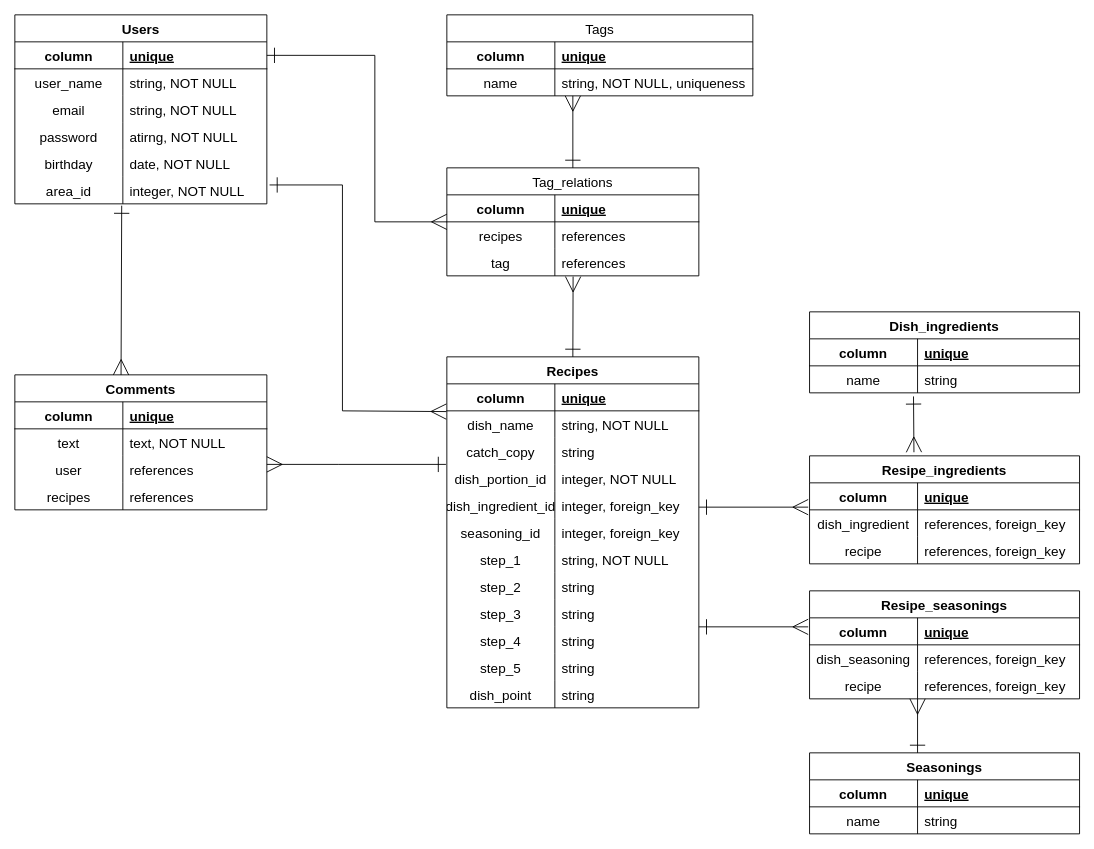
The draw.io diagram ER.dio in shige1128/RAcook, before the edit. Source tidied: cells renumbered, new cells numbered last; positions are measured from the earlier drawing's top-left corner, leaving out a move shared by most shapes. Both pictures are drawn from the tidied source at 90%, with x=0, y=0 at pixel (14, 14).
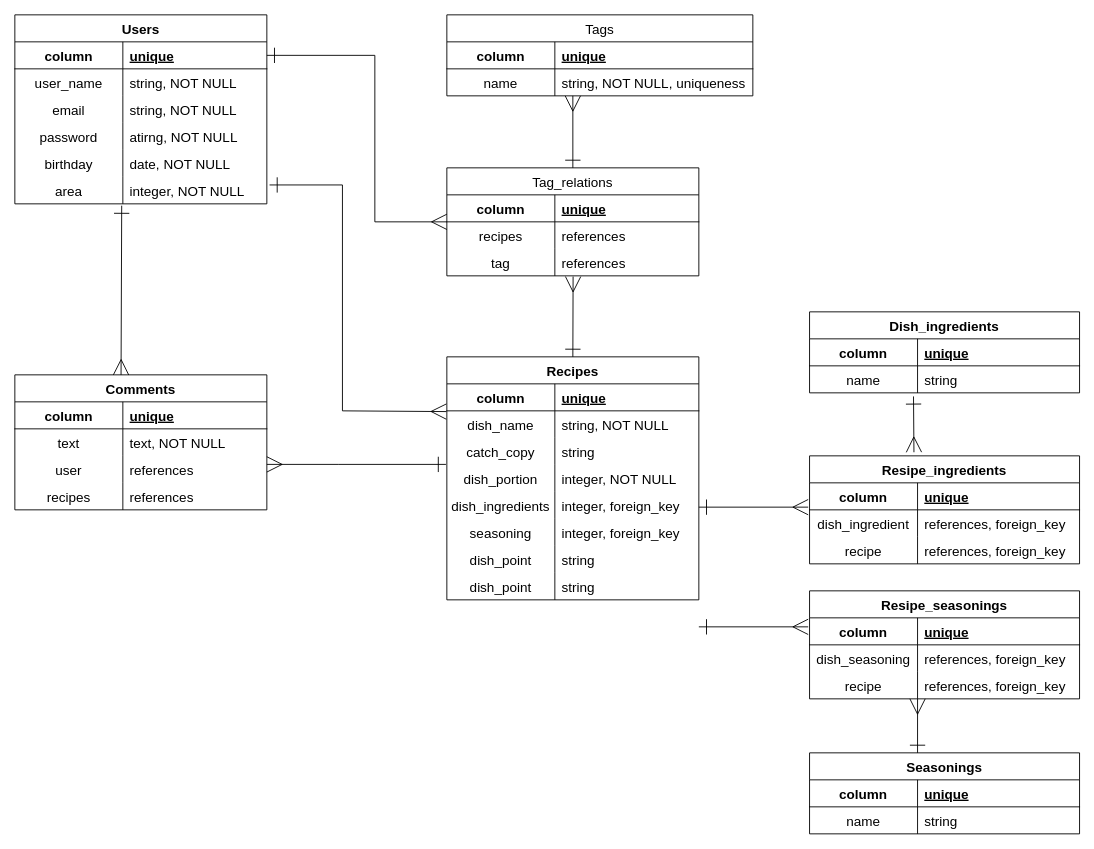
The same diagram, later.

The change refers to these unchanged cells:
```xml
<mxCell id="18" style="shape=partialRectangle;fillColor=none;top=0;left=0;bottom=0;right=0;points=[[0,0.5],[1,0.5]];portConstraint=eastwest;" parent="2" vertex="1">
  <mxGeometry y="180" width="280" height="30" as="geometry" />
</mxCell>
<mxCell id="31" style="shape=partialRectangle;fillColor=none;top=0;left=0;bottom=0;right=0;" parent="21" vertex="1">
  <mxGeometry y="120" width="280" height="30" as="geometry" />
</mxCell>
<mxCell id="34" style="shape=partialRectangle;fillColor=none;top=0;left=0;bottom=0;right=0;" parent="21" vertex="1">
  <mxGeometry y="150" width="280" height="30" as="geometry" />
</mxCell>
<mxCell id="37" style="shape=partialRectangle;fillColor=none;top=0;left=0;bottom=0;right=0;" parent="21" vertex="1">
  <mxGeometry y="180" width="280" height="30" as="geometry" />
</mxCell>
<mxCell id="40" style="shape=partialRectangle;fillColor=none;top=0;left=0;bottom=0;right=0;" parent="21" vertex="1">
  <mxGeometry y="210" width="280" height="30" as="geometry" />
</mxCell>
<mxCell id="43" style="shape=partialRectangle;fillColor=none;top=0;left=0;bottom=0;right=0;" parent="21" vertex="1">
  <mxGeometry y="240" width="280" height="30" as="geometry" />
</mxCell>
```

Change to the diagram source:
```diff
@@
-    <mxCell id="19" value="area_id" style="shape=partialRectangle;fillColor=none;top=0;left=0;bottom=0;right=0;overflow=hidden;fontSize=15;labelPosition=center;verticalLabelPosition=middle;align=center;verticalAlign=middle;" parent="18" vertex="1">
+    <mxCell id="19" value="area" style="shape=partialRectangle;fillColor=none;top=0;left=0;bottom=0;right=0;overflow=hidden;fontSize=15;labelPosition=center;verticalLabelPosition=middle;align=center;verticalAlign=middle;" parent="18" vertex="1">
       <mxGeometry width="120" height="30" as="geometry" />
     </mxCell>
@@
     <mxCell id="21" value="Recipes" style="shape=table;startSize=30;childLayout=tableLayout;rowLines=0;fontStyle=1;align=center;fontSize=15;" parent="1" vertex="1">
-      <mxGeometry x="480" y="380" width="280" height="390" as="geometry" />
+      <mxGeometry x="480" y="380" width="280" height="270" as="geometry" />
     </mxCell>
@@
-    <mxCell id="32" value="dish_portion_id" style="shape=partialRectangle;fillColor=none;top=0;left=0;bottom=0;right=0;overflow=hidden;fontSize=15;labelPosition=center;verticalLabelPosition=middle;align=center;verticalAlign=middle;" parent="31" vertex="1">
+    <mxCell id="32" value="dish_portion" style="shape=partialRectangle;fillColor=none;top=0;left=0;bottom=0;right=0;overflow=hidden;fontSize=15;labelPosition=center;verticalLabelPosition=middle;align=center;verticalAlign=middle;" parent="31" vertex="1">
       <mxGeometry width="120" height="30" as="geometry" />
     </mxCell>
@@
-    <mxCell id="35" value="dish_ingredient_id" style="shape=partialRectangle;fillColor=none;top=0;left=0;bottom=0;right=0;overflow=hidden;fontSize=15;labelPosition=center;verticalLabelPosition=middle;align=center;verticalAlign=middle;" parent="34" vertex="1">
+    <mxCell id="35" value="dish_ingredients" style="shape=partialRectangle;fillColor=none;top=0;left=0;bottom=0;right=0;overflow=hidden;fontSize=15;labelPosition=center;verticalLabelPosition=middle;align=center;verticalAlign=middle;" parent="34" vertex="1">
       <mxGeometry width="120" height="30" as="geometry" />
     </mxCell>
@@
-    <mxCell id="38" value="seasoning_id" style="shape=partialRectangle;fillColor=none;top=0;left=0;bottom=0;right=0;overflow=hidden;fontSize=15;labelPosition=center;verticalLabelPosition=middle;align=center;verticalAlign=middle;" parent="37" vertex="1">
+    <mxCell id="38" value="seasoning" style="shape=partialRectangle;fillColor=none;top=0;left=0;bottom=0;right=0;overflow=hidden;fontSize=15;labelPosition=center;verticalLabelPosition=middle;align=center;verticalAlign=middle;" parent="37" vertex="1">
       <mxGeometry width="120" height="30" as="geometry" />
     </mxCell>
@@
-    <mxCell id="41" value="step_1" style="shape=partialRectangle;fillColor=none;top=0;left=0;bottom=0;right=0;overflow=hidden;fontSize=15;labelPosition=center;verticalLabelPosition=middle;align=center;verticalAlign=middle;" parent="40" vertex="1">
+    <mxCell id="41" value="dish_point" style="shape=partialRectangle;fillColor=none;top=0;left=0;bottom=0;right=0;overflow=hidden;fontSize=15;labelPosition=center;verticalLabelPosition=middle;align=center;verticalAlign=middle;" parent="40" vertex="1">
       <mxGeometry width="120" height="30" as="geometry" />
     </mxCell>
-    <mxCell id="42" value="string, NOT NULL" style="shape=partialRectangle;fillColor=none;top=0;left=0;bottom=0;right=0;align=left;spacingLeft=6;overflow=hidden;fontSize=15;" parent="40" vertex="1">
+    <mxCell id="42" value="string" style="shape=partialRectangle;fillColor=none;top=0;left=0;bottom=0;right=0;align=left;spacingLeft=6;overflow=hidden;fontSize=15;" parent="40" vertex="1">
       <mxGeometry x="120" width="160" height="30" as="geometry" />
     </mxCell>
@@
-    <mxCell id="44" value="step_2" style="shape=partialRectangle;fillColor=none;top=0;left=0;bottom=0;right=0;overflow=hidden;fontSize=15;labelPosition=center;verticalLabelPosition=middle;align=center;verticalAlign=middle;" parent="43" vertex="1">
-      <mxGeometry width="120" height="30" as="geometry" />
-    </mxCell>
-    <mxCell id="45" value="string" style="shape=partialRectangle;fillColor=none;top=0;left=0;bottom=0;right=0;align=left;spacingLeft=6;overflow=hidden;fontSize=15;" parent="43" vertex="1">
-      <mxGeometry x="120" width="160" height="30" as="geometry" />
-    </mxCell>
-    <mxCell id="46" style="shape=partialRectangle;fillColor=none;top=0;left=0;bottom=0;right=0;" parent="21" vertex="1">
-      <mxGeometry y="270" width="280" height="30" as="geometry" />
-    </mxCell>
-    <mxCell id="47" value="step_3" style="shape=partialRectangle;fillColor=none;top=0;left=0;bottom=0;right=0;overflow=hidden;fontSize=15;labelPosition=center;verticalLabelPosition=middle;align=center;verticalAlign=middle;" parent="46" vertex="1">
-      <mxGeometry width="120" height="30" as="geometry" />
-    </mxCell>
-    <mxCell id="48" value="string" style="shape=partialRectangle;fillColor=none;top=0;left=0;bottom=0;right=0;align=left;spacingLeft=6;overflow=hidden;fontSize=15;" parent="46" vertex="1">
-      <mxGeometry x="120" width="160" height="30" as="geometry" />
-    </mxCell>
-    <mxCell id="49" style="shape=partialRectangle;fillColor=none;top=0;left=0;bottom=0;right=0;" parent="21" vertex="1">
-      <mxGeometry y="300" width="280" height="30" as="geometry" />
-    </mxCell>
-    <mxCell id="50" value="step_4" style="shape=partialRectangle;fillColor=none;top=0;left=0;bottom=0;right=0;overflow=hidden;fontSize=15;labelPosition=center;verticalLabelPosition=middle;align=center;verticalAlign=middle;" parent="49" vertex="1">
-      <mxGeometry width="120" height="30" as="geometry" />
-    </mxCell>
-    <mxCell id="51" value="string" style="shape=partialRectangle;fillColor=none;top=0;left=0;bottom=0;right=0;align=left;spacingLeft=6;overflow=hidden;fontSize=15;" parent="49" vertex="1">
-      <mxGeometry x="120" width="160" height="30" as="geometry" />
-    </mxCell>
-    <mxCell id="52" style="shape=partialRectangle;fillColor=none;top=0;left=0;bottom=0;right=0;" parent="21" vertex="1">
-      <mxGeometry y="330" width="280" height="30" as="geometry" />
-    </mxCell>
-    <mxCell id="53" value="step_5" style="shape=partialRectangle;fillColor=none;top=0;left=0;bottom=0;right=0;overflow=hidden;fontSize=15;labelPosition=center;verticalLabelPosition=middle;align=center;verticalAlign=middle;" parent="52" vertex="1">
-      <mxGeometry width="120" height="30" as="geometry" />
-    </mxCell>
-    <mxCell id="54" value="string" style="shape=partialRectangle;fillColor=none;top=0;left=0;bottom=0;right=0;align=left;spacingLeft=6;overflow=hidden;fontSize=15;" parent="52" vertex="1">
-      <mxGeometry x="120" width="160" height="30" as="geometry" />
-    </mxCell>
-    <mxCell id="55" style="shape=partialRectangle;fillColor=none;top=0;left=0;bottom=0;right=0;" parent="21" vertex="1">
-      <mxGeometry y="360" width="280" height="30" as="geometry" />
-    </mxCell>
-    <mxCell id="56" value="dish_point" style="shape=partialRectangle;fillColor=none;top=0;left=0;bottom=0;right=0;overflow=hidden;fontSize=15;labelPosition=center;verticalLabelPosition=middle;align=center;verticalAlign=middle;" parent="55" vertex="1">
+    <mxCell id="56" value="dish_point" style="shape=partialRectangle;fillColor=none;top=0;left=0;bottom=0;right=0;overflow=hidden;fontSize=15;labelPosition=center;verticalLabelPosition=middle;align=center;verticalAlign=middle;" parent="43" vertex="1">
       <mxGeometry width="120" height="30" as="geometry" />
     </mxCell>
-    <mxCell id="57" value="string" style="shape=partialRectangle;fillColor=none;top=0;left=0;bottom=0;right=0;align=left;spacingLeft=6;overflow=hidden;fontSize=15;" parent="55" vertex="1">
-      <mxGeometry x="120" width="160" height="30" as="geometry" />
-    </mxCell>
+    <mxCell id="133" value="string" style="shape=partialRectangle;fillColor=none;top=0;left=0;bottom=0;right=0;align=left;spacingLeft=6;overflow=hidden;fontSize=15;" parent="43" vertex="1">
+      <mxGeometry x="120" width="160" height="30" as="geometry" />
+    </mxCell>
```
